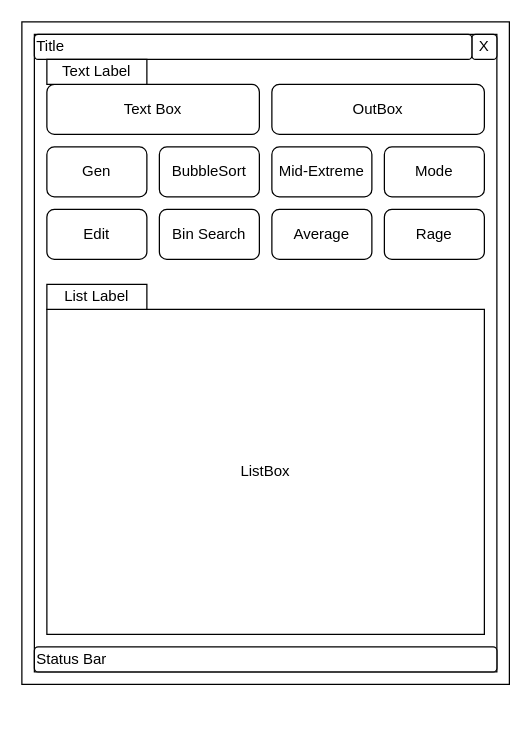
Earlier version of the draw.io diagram Documentation/Program UI_V2.drawio (theFlay/TafeC3). Source tidied: cells renumbered, new cells numbered last; positions are measured from the earlier drawing's top-left corner, leaving out a move shared by most shapes. Both pictures are drawn from the tidied source at 125%, with x=0, y=0 at pixel (21, 21).
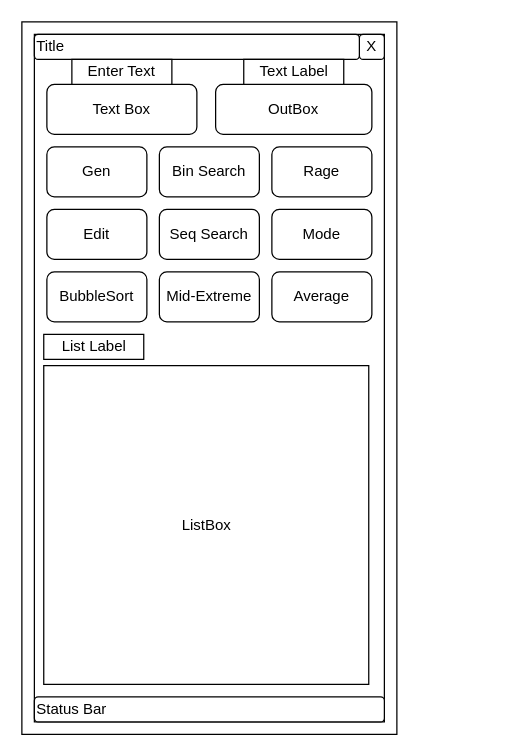
After the change.

Change to the diagram source:
```diff
@@
     <mxCell id="2" style="rounded=0;whiteSpace=wrap;html=1;" parent="1" vertex="1">
-      <mxGeometry width="390" height="530" as="geometry" />
+      <mxGeometry width="300" height="570" as="geometry" />
     </mxCell>
     <mxCell id="3" style="rounded=0;whiteSpace=wrap;html=1;" parent="1" vertex="1">
-      <mxGeometry x="10" y="10" width="370" height="510" as="geometry" />
+      <mxGeometry x="10" y="10" width="280" height="550" as="geometry" />
     </mxCell>
     <mxCell id="4" value="Text Box" style="rounded=1;whiteSpace=wrap;html=1;" parent="1" vertex="1">
-      <mxGeometry x="20" y="50" width="170" height="40" as="geometry" />
+      <mxGeometry x="20" y="50" width="120" height="40" as="geometry" />
     </mxCell>
@@
     <mxCell id="7" value="BubbleSort" style="rounded=1;whiteSpace=wrap;html=1;" parent="1" vertex="1">
-      <mxGeometry x="110" y="100" width="80" height="40" as="geometry" />
+      <mxGeometry x="20" y="200" width="80" height="40" as="geometry" />
     </mxCell>
     <mxCell id="8" value="Bin Search" style="rounded=1;whiteSpace=wrap;html=1;" parent="1" vertex="1">
-      <mxGeometry x="110" y="150" width="80" height="40" as="geometry" />
+      <mxGeometry x="110" y="100" width="80" height="40" as="geometry" />
     </mxCell>
     <mxCell id="9" value="X" style="rounded=1;whiteSpace=wrap;html=1;" parent="1" vertex="1">
-      <mxGeometry x="360" y="10" width="20" height="20" as="geometry" />
+      <mxGeometry x="270" y="10" width="20" height="20" as="geometry" />
     </mxCell>
     <mxCell id="10" value="Title" style="rounded=1;whiteSpace=wrap;html=1;align=left;" parent="1" vertex="1">
-      <mxGeometry x="10" y="10" width="350" height="20" as="geometry" />
+      <mxGeometry x="10" y="10" width="260" height="20" as="geometry" />
     </mxCell>
     <mxCell id="11" value="Status Bar" style="rounded=1;whiteSpace=wrap;html=1;align=left;" parent="1" vertex="1">
-      <mxGeometry x="10" y="500" width="370" height="20" as="geometry" />
+      <mxGeometry x="10" y="540" width="280" height="20" as="geometry" />
     </mxCell>
     <mxCell id="12" value="ListBox" style="rounded=0;whiteSpace=wrap;html=1;" parent="1" vertex="1">
-      <mxGeometry x="20" y="230" width="350" height="260" as="geometry" />
+      <mxGeometry x="17.5" y="275" width="260" height="255" as="geometry" />
     </mxCell>
-    <mxCell id="13" value="Text Label" style="rounded=0;whiteSpace=wrap;html=1;" parent="1" vertex="1">
-      <mxGeometry x="20" y="30" width="80" height="20" as="geometry" />
+    <mxCell id="13" value="Enter Text" style="rounded=0;whiteSpace=wrap;html=1;" parent="1" vertex="1">
+      <mxGeometry x="40" y="30" width="80" height="20" as="geometry" />
     </mxCell>
     <mxCell id="14" value="List Label" style="rounded=0;whiteSpace=wrap;html=1;" parent="1" vertex="1">
-      <mxGeometry x="20" y="210" width="80" height="20" as="geometry" />
+      <mxGeometry x="17.5" y="250" width="80" height="20" as="geometry" />
     </mxCell>
     <mxCell id="15" value="Mid-Extreme" style="rounded=1;whiteSpace=wrap;html=1;" parent="1" vertex="1">
-      <mxGeometry x="200" y="100" width="80" height="40" as="geometry" />
+      <mxGeometry x="110" y="200" width="80" height="40" as="geometry" />
     </mxCell>
     <mxCell id="16" value="Average" style="rounded=1;whiteSpace=wrap;html=1;" parent="1" vertex="1">
-      <mxGeometry x="200" y="150" width="80" height="40" as="geometry" />
+      <mxGeometry x="200" y="200" width="80" height="40" as="geometry" />
     </mxCell>
     <mxCell id="17" value="Mode" style="rounded=1;whiteSpace=wrap;html=1;" parent="1" vertex="1">
-      <mxGeometry x="290" y="100" width="80" height="40" as="geometry" />
+      <mxGeometry x="200" y="150" width="80" height="40" as="geometry" />
     </mxCell>
     <mxCell id="18" value="Rage" style="rounded=1;whiteSpace=wrap;html=1;" parent="1" vertex="1">
-      <mxGeometry x="290" y="150" width="80" height="40" as="geometry" />
+      <mxGeometry x="200" y="100" width="80" height="40" as="geometry" />
     </mxCell>
     <mxCell id="19" value="OutBox" style="rounded=1;whiteSpace=wrap;html=1;" parent="1" vertex="1">
-      <mxGeometry x="200" y="50" width="170" height="40" as="geometry" />
+      <mxGeometry x="155" y="50" width="125" height="40" as="geometry" />
     </mxCell>
+    <mxCell id="20" value="Seq Search" style="rounded=1;whiteSpace=wrap;html=1;" parent="1" vertex="1">
+      <mxGeometry x="110" y="150" width="80" height="40" as="geometry" />
+    </mxCell>
+    <mxCell id="21" value="Text Label" style="rounded=0;whiteSpace=wrap;html=1;" parent="1" vertex="1">
+      <mxGeometry x="177.5" y="30" width="80" height="20" as="geometry" />
+    </mxCell>
```
